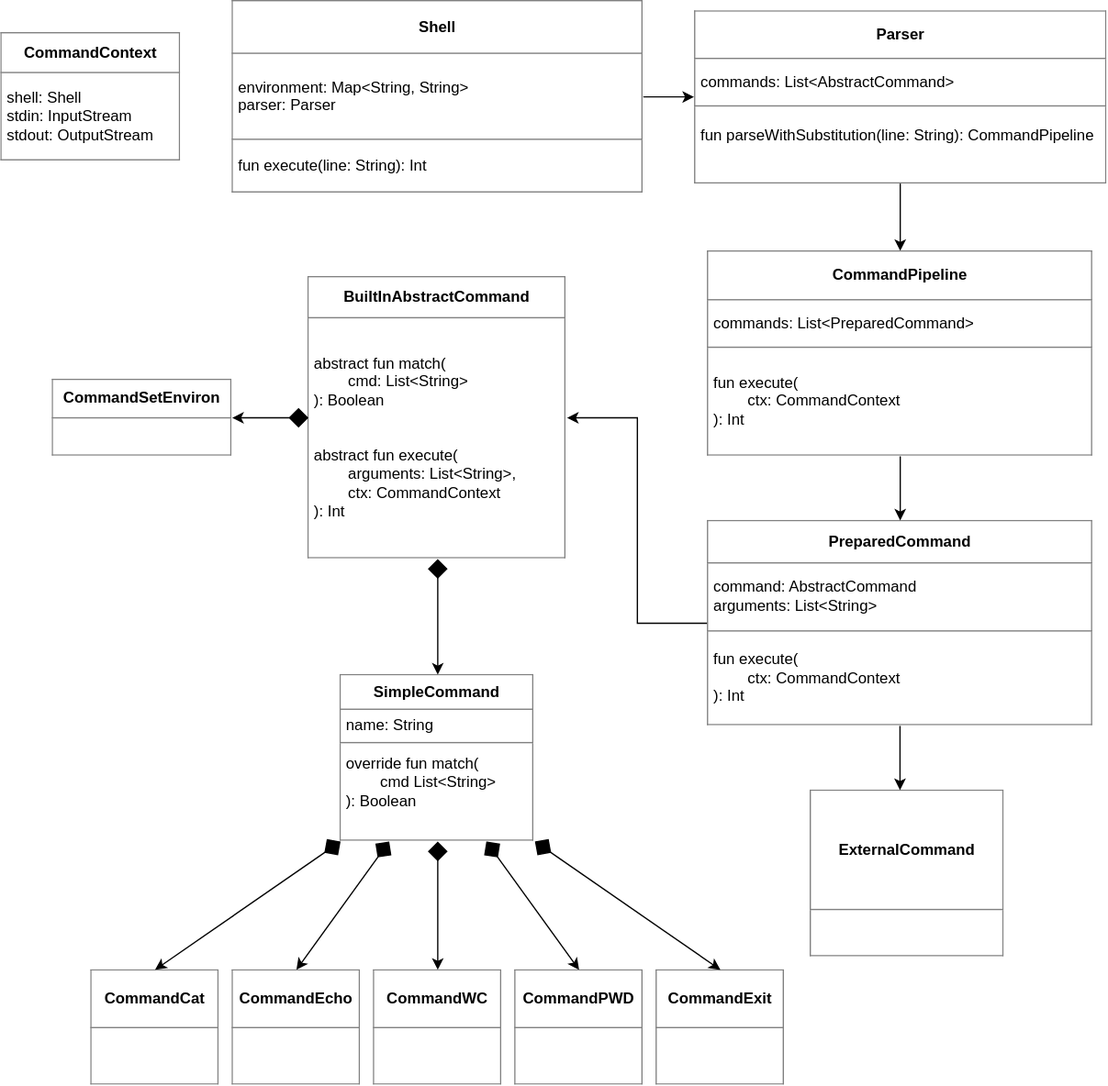
Before: SDShell 2.drawio.svg, a diagram exported from draw.io (gt22/hse-SD). Source tidied: cells renumbered, new cells last; positions are measured from the earlier drawing's top-left corner, leaving out a move shared by most shapes. Its diagram source:
```xml
<mxGraphModel>
  <root>
    <mxCell id="0" />
    <mxCell id="1" parent="0" />
    <mxCell id="2" style="edgeStyle=orthogonalEdgeStyle;rounded=0;jettySize=auto;html=1;entryX=0;entryY=0.5;entryDx=0;entryDy=0;" parent="1" edge="1" source="3" target="6">
      <mxGeometry relative="1" as="geometry" />
    </mxCell>
    <mxCell id="3" value="&lt;table border=&quot;1&quot; width=&quot;100%&quot; cellpadding=&quot;4&quot; style=&quot;width: 100% ; height: 100% ; border-collapse: collapse&quot;&gt;&lt;tbody&gt;&lt;tr&gt;&lt;th align=&quot;center&quot;&gt;Shell&lt;/th&gt;&lt;/tr&gt;&lt;tr&gt;&lt;td&gt;environment: Map&amp;lt;String, String&amp;gt;&lt;br&gt;parser: Parser&lt;/td&gt;&lt;/tr&gt;&lt;tr&gt;&lt;td&gt;fun execute(line: String): Int&lt;br&gt;&lt;/td&gt;&lt;/tr&gt;&lt;/tbody&gt;&lt;/table&gt;" style="text;html=1;strokeColor=none;fillColor=none;overflow=fill;" parent="1" vertex="1">
      <mxGeometry x="180" width="320" height="150" as="geometry" />
    </mxCell>
    <mxCell id="4" value="&lt;table border=&quot;1&quot; width=&quot;100%&quot; cellpadding=&quot;4&quot; style=&quot;width: 100% ; height: 100% ; border-collapse: collapse&quot;&gt;&lt;tbody&gt;&lt;tr&gt;&lt;th align=&quot;center&quot;&gt;BuiltInAbstractCommand&lt;/th&gt;&lt;/tr&gt;&lt;tr&gt;&lt;td&gt;abstract fun match(&lt;br&gt;&lt;span&gt;&#9;&lt;/span&gt;&lt;span style=&quot;white-space: pre&quot;&gt;&#9;&lt;/span&gt;cmd: List&amp;lt;String&amp;gt;&lt;br&gt;): Boolean&lt;br&gt;&amp;nbsp;&lt;br&gt;&lt;br&gt;abstract fun execute(&lt;br&gt;&lt;span&gt;&#9;&lt;/span&gt;&lt;span style=&quot;white-space: pre&quot;&gt;&#9;&lt;/span&gt;arguments: List&amp;lt;String&amp;gt;,&lt;br&gt;&lt;span&gt;&#9;&lt;/span&gt;&lt;span style=&quot;white-space: pre&quot;&gt;&#9;&lt;/span&gt;ctx: CommandContext&lt;br&gt;): Int&lt;br&gt;&lt;/td&gt;&lt;/tr&gt;&lt;/tbody&gt;&lt;/table&gt;" style="text;html=1;strokeColor=none;fillColor=none;overflow=fill;" parent="1" vertex="1">
      <mxGeometry x="239.4" y="215" width="201.2" height="220" as="geometry" />
    </mxCell>
    <mxCell id="5" style="edgeStyle=orthogonalEdgeStyle;rounded=0;jettySize=auto;html=1;" parent="1" edge="1" source="6" target="25">
      <mxGeometry relative="1" as="geometry" />
    </mxCell>
    <mxCell id="6" value="&lt;table border=&quot;1&quot; width=&quot;100%&quot; cellpadding=&quot;4&quot; style=&quot;width: 100% ; height: 100% ; border-collapse: collapse&quot;&gt;&lt;tbody&gt;&lt;tr&gt;&lt;th align=&quot;center&quot;&gt;Parser&lt;/th&gt;&lt;/tr&gt;&lt;tr&gt;&lt;td&gt;&lt;span style=&quot;text-align: -webkit-center&quot;&gt;commands: List&amp;lt;AbstractCommand&amp;gt;&lt;/span&gt;&lt;br&gt;&lt;/td&gt;&lt;/tr&gt;&lt;tr&gt;&lt;td&gt;fun parseWithSubstitution(line: String): CommandPipeline&lt;br&gt;&lt;span&gt;&#9;&lt;/span&gt;&lt;br&gt;&lt;/td&gt;&lt;/tr&gt;&lt;/tbody&gt;&lt;/table&gt;" style="text;html=1;strokeColor=none;fillColor=none;overflow=fill;" parent="1" vertex="1">
      <mxGeometry x="539.5" y="7.5" width="321" height="135" as="geometry" />
    </mxCell>
    <mxCell id="7" value="&lt;table border=&quot;1&quot; width=&quot;100%&quot; cellpadding=&quot;4&quot; style=&quot;width: 100% ; height: 100% ; border-collapse: collapse&quot;&gt;&lt;tbody&gt;&lt;tr&gt;&lt;th align=&quot;center&quot;&gt;CommandCat&lt;/th&gt;&lt;/tr&gt;&lt;tr&gt;&lt;td&gt;&lt;br&gt;&lt;/td&gt;&lt;/tr&gt;&lt;/tbody&gt;&lt;/table&gt;" style="text;html=1;strokeColor=none;fillColor=none;overflow=fill;" parent="1" vertex="1">
      <mxGeometry x="70" y="755" width="100" height="90" as="geometry" />
    </mxCell>
    <mxCell id="8" style="endArrow=classic;html=1;rounded=0;exitX=0;exitY=1;exitDx=0;exitDy=0;entryX=0.5;entryY=0;entryDx=0;entryDy=0;startArrow=diamond;startFill=1;sourcePerimeterSpacing=0;startSize=13;" parent="1" edge="1" source="17" target="7">
      <mxGeometry relative="1" as="geometry" />
    </mxCell>
    <mxCell id="9" value="&lt;table border=&quot;1&quot; width=&quot;100%&quot; cellpadding=&quot;4&quot; style=&quot;width: 100% ; height: 100% ; border-collapse: collapse&quot;&gt;&lt;tbody&gt;&lt;tr&gt;&lt;th align=&quot;center&quot;&gt;CommandEcho&lt;/th&gt;&lt;/tr&gt;&lt;tr&gt;&lt;td&gt;&lt;br&gt;&lt;/td&gt;&lt;/tr&gt;&lt;/tbody&gt;&lt;/table&gt;" style="text;html=1;strokeColor=none;fillColor=none;overflow=fill;" parent="1" vertex="1">
      <mxGeometry x="180" y="755" width="100" height="90" as="geometry" />
    </mxCell>
    <mxCell id="10" style="endArrow=classic;html=1;rounded=0;exitX=0.25;exitY=1;exitDx=0;exitDy=0;entryX=0.5;entryY=0;entryDx=0;entryDy=0;startArrow=diamond;startFill=1;sourcePerimeterSpacing=0;startSize=13;" parent="1" edge="1" source="17" target="9">
      <mxGeometry relative="1" as="geometry" />
    </mxCell>
    <mxCell id="11" value="&lt;table border=&quot;1&quot; width=&quot;100%&quot; cellpadding=&quot;4&quot; style=&quot;width: 100% ; height: 100% ; border-collapse: collapse&quot;&gt;&lt;tbody&gt;&lt;tr&gt;&lt;th align=&quot;center&quot;&gt;CommandWC&lt;/th&gt;&lt;/tr&gt;&lt;tr&gt;&lt;td&gt;&lt;br&gt;&lt;/td&gt;&lt;/tr&gt;&lt;/tbody&gt;&lt;/table&gt;" style="text;html=1;strokeColor=none;fillColor=none;overflow=fill;" parent="1" vertex="1">
      <mxGeometry x="290" y="755" width="100" height="90" as="geometry" />
    </mxCell>
    <mxCell id="12" style="endArrow=classic;html=1;rounded=0;exitX=0.5;exitY=1;exitDx=0;exitDy=0;startArrow=diamond;startFill=1;sourcePerimeterSpacing=0;startSize=13;entryX=0.5;entryY=0;entryDx=0;entryDy=0;" parent="1" edge="1" source="17" target="11">
      <mxGeometry relative="1" as="geometry" />
    </mxCell>
    <mxCell id="13" value="&lt;table border=&quot;1&quot; width=&quot;100%&quot; cellpadding=&quot;4&quot; style=&quot;width: 100% ; height: 100% ; border-collapse: collapse&quot;&gt;&lt;tbody&gt;&lt;tr&gt;&lt;th align=&quot;center&quot;&gt;CommandPWD&lt;/th&gt;&lt;/tr&gt;&lt;tr&gt;&lt;td&gt;&lt;br&gt;&lt;/td&gt;&lt;/tr&gt;&lt;/tbody&gt;&lt;/table&gt;" style="text;html=1;strokeColor=none;fillColor=none;overflow=fill;" parent="1" vertex="1">
      <mxGeometry x="400" y="755" width="100" height="90" as="geometry" />
    </mxCell>
    <mxCell id="14" style="endArrow=classic;html=1;rounded=0;exitX=0.75;exitY=1;exitDx=0;exitDy=0;entryX=0.5;entryY=0;entryDx=0;entryDy=0;startArrow=diamond;startFill=1;sourcePerimeterSpacing=0;startSize=13;" parent="1" edge="1" source="17" target="13">
      <mxGeometry relative="1" as="geometry" />
    </mxCell>
    <mxCell id="15" value="&lt;table border=&quot;1&quot; width=&quot;100%&quot; cellpadding=&quot;4&quot; style=&quot;width: 100% ; height: 100% ; border-collapse: collapse&quot;&gt;&lt;tbody&gt;&lt;tr&gt;&lt;th align=&quot;center&quot;&gt;CommandExit&lt;/th&gt;&lt;/tr&gt;&lt;tr&gt;&lt;td&gt;&lt;br&gt;&lt;/td&gt;&lt;/tr&gt;&lt;/tbody&gt;&lt;/table&gt;" style="text;html=1;strokeColor=none;fillColor=none;overflow=fill;" parent="1" vertex="1">
      <mxGeometry x="510" y="755" width="100" height="90" as="geometry" />
    </mxCell>
    <mxCell id="16" style="endArrow=classic;html=1;rounded=0;exitX=1;exitY=1;exitDx=0;exitDy=0;entryX=0.5;entryY=0;entryDx=0;entryDy=0;startArrow=diamond;startFill=1;sourcePerimeterSpacing=0;startSize=13;" parent="1" edge="1" source="17" target="15">
      <mxGeometry relative="1" as="geometry" />
    </mxCell>
    <mxCell id="17" value="&lt;table border=&quot;1&quot; width=&quot;100%&quot; cellpadding=&quot;4&quot; style=&quot;width: 100% ; height: 100% ; border-collapse: collapse&quot;&gt;&lt;tbody&gt;&lt;tr&gt;&lt;th align=&quot;center&quot;&gt;SimpleCommand&lt;/th&gt;&lt;/tr&gt;&lt;tr&gt;&lt;td&gt;name: String&lt;br&gt;&lt;/td&gt;&lt;/tr&gt;&lt;tr&gt;&lt;td&gt;override fun match(&lt;br&gt;&lt;span&gt;&#9;&lt;/span&gt;&lt;span style=&quot;white-space: pre&quot;&gt;&#9;&lt;/span&gt;cmd List&amp;lt;String&amp;gt;&lt;br&gt;): Boolean&lt;br&gt;&lt;br&gt;&lt;/td&gt;&lt;/tr&gt;&lt;/tbody&gt;&lt;/table&gt;" style="text;html=1;strokeColor=none;fillColor=none;overflow=fill;strokeWidth=1;" parent="1" vertex="1">
      <mxGeometry x="264.4" y="525" width="151.2" height="130" as="geometry" />
    </mxCell>
    <mxCell id="18" style="endArrow=classic;html=1;rounded=0;exitX=0.5;exitY=1;exitDx=0;exitDy=0;startArrow=diamond;startFill=1;sourcePerimeterSpacing=0;startSize=13;entryX=0.5;entryY=0;entryDx=0;entryDy=0;" parent="1" edge="1" source="4" target="17">
      <mxGeometry relative="1" as="geometry" />
    </mxCell>
    <mxCell id="19" value="&lt;table border=&quot;1&quot; width=&quot;100%&quot; cellpadding=&quot;4&quot; style=&quot;width: 100% ; height: 100% ; border-collapse: collapse&quot;&gt;&lt;tbody&gt;&lt;tr&gt;&lt;th align=&quot;center&quot;&gt;CommandSetEnviron&lt;/th&gt;&lt;/tr&gt;&lt;tr&gt;&lt;td&gt;&lt;br&gt;&lt;/td&gt;&lt;/tr&gt;&lt;/tbody&gt;&lt;/table&gt;" style="text;html=1;strokeColor=none;fillColor=none;overflow=fill;" parent="1" vertex="1">
      <mxGeometry x="40.1" y="295" width="140" height="60" as="geometry" />
    </mxCell>
    <mxCell id="20" style="endArrow=classic;html=1;rounded=0;exitX=0;exitY=0.5;exitDx=0;exitDy=0;startArrow=diamond;startFill=1;sourcePerimeterSpacing=0;startSize=13;entryX=1;entryY=0.5;entryDx=0;entryDy=0;" parent="1" edge="1" source="4" target="19">
      <mxGeometry relative="1" as="geometry" />
    </mxCell>
    <mxCell id="21" style="edgeStyle=orthogonalEdgeStyle;rounded=0;jettySize=auto;html=1;entryX=1;entryY=0.5;entryDx=0;entryDy=0;exitX=0;exitY=0.5;exitDx=0;exitDy=0;" parent="1" edge="1" source="22" target="4">
      <mxGeometry relative="1" as="geometry" />
    </mxCell>
    <mxCell id="22" value="&lt;table border=&quot;1&quot; width=&quot;100%&quot; cellpadding=&quot;4&quot; style=&quot;width: 100% ; height: 100% ; border-collapse: collapse&quot;&gt;&lt;tbody&gt;&lt;tr&gt;&lt;th align=&quot;center&quot;&gt;PreparedCommand&lt;/th&gt;&lt;/tr&gt;&lt;tr&gt;&lt;td&gt;&lt;span style=&quot;text-align: -webkit-center&quot;&gt;command: AbstractCommand&lt;br&gt;&lt;/span&gt;arguments: List&amp;lt;String&amp;gt;&lt;/td&gt;&lt;/tr&gt;&lt;tr&gt;&lt;td&gt;fun execute(&lt;br&gt;&lt;span style=&quot;white-space: pre&quot;&gt;&lt;span style=&quot;white-space: pre&quot;&gt;&#9;&lt;/span&gt;ctx: CommandContext&#9;&lt;/span&gt;&lt;br&gt;): Int&lt;br&gt;&lt;/td&gt;&lt;/tr&gt;&lt;/tbody&gt;&lt;/table&gt;" style="text;html=1;strokeColor=none;fillColor=none;overflow=fill;" parent="1" vertex="1">
      <mxGeometry x="550" y="405" width="300" height="160" as="geometry" />
    </mxCell>
    <mxCell id="23" value="&lt;table border=&quot;1&quot; width=&quot;100%&quot; cellpadding=&quot;4&quot; style=&quot;width: 100% ; height: 100% ; border-collapse: collapse&quot;&gt;&lt;tbody&gt;&lt;tr&gt;&lt;th align=&quot;center&quot;&gt;CommandContext&lt;/th&gt;&lt;/tr&gt;&lt;tr&gt;&lt;td&gt;shell: Shell&lt;br&gt;stdin: InputStream&lt;br&gt;stdout: OutputStream&lt;/td&gt;&lt;/tr&gt;&lt;/tbody&gt;&lt;/table&gt;" style="text;html=1;strokeColor=none;fillColor=none;overflow=fill;" parent="1" vertex="1">
      <mxGeometry y="25" width="140" height="100" as="geometry" />
    </mxCell>
    <mxCell id="24" style="edgeStyle=orthogonalEdgeStyle;rounded=0;jettySize=auto;html=1;entryX=0.5;entryY=0;entryDx=0;entryDy=0;" parent="1" edge="1" source="25" target="22">
      <mxGeometry relative="1" as="geometry" />
    </mxCell>
    <mxCell id="25" value="&lt;table border=&quot;1&quot; width=&quot;100%&quot; cellpadding=&quot;4&quot; style=&quot;width: 100% ; height: 100% ; border-collapse: collapse&quot;&gt;&lt;tbody&gt;&lt;tr&gt;&lt;th align=&quot;center&quot;&gt;CommandPipeline&lt;/th&gt;&lt;/tr&gt;&lt;tr&gt;&lt;td&gt;commands: List&amp;lt;PreparedCommand&amp;gt;&lt;/td&gt;&lt;/tr&gt;&lt;tr&gt;&lt;td&gt;fun execute(&lt;br&gt;&lt;span style=&quot;white-space: pre&quot;&gt;&lt;span style=&quot;white-space: pre&quot;&gt;&#9;&lt;/span&gt;ctx: CommandContext&#9;&lt;/span&gt;&lt;br&gt;): Int&lt;br&gt;&lt;/td&gt;&lt;/tr&gt;&lt;/tbody&gt;&lt;/table&gt;" style="text;html=1;strokeColor=none;fillColor=none;overflow=fill;" parent="1" vertex="1">
      <mxGeometry x="550" y="195" width="300" height="160" as="geometry" />
    </mxCell>
    <mxCell id="26" value="&lt;table border=&quot;1&quot; width=&quot;100%&quot; cellpadding=&quot;4&quot; style=&quot;width: 100% ; height: 100% ; border-collapse: collapse&quot;&gt;&lt;tbody&gt;&lt;tr&gt;&lt;th align=&quot;center&quot;&gt;ExternalCommand&lt;/th&gt;&lt;/tr&gt;&lt;tr&gt;&lt;td&gt;&lt;/td&gt;&lt;/tr&gt;&lt;/tbody&gt;&lt;/table&gt;" style="text;html=1;strokeColor=none;fillColor=none;overflow=fill;strokeWidth=1;" parent="1" vertex="1">
      <mxGeometry x="630" y="615" width="151.2" height="130" as="geometry" />
    </mxCell>
    <mxCell id="27" style="edgeStyle=orthogonalEdgeStyle;rounded=0;orthogonalLoop=1;jettySize=auto;html=1;entryX=0.5;entryY=0;entryDx=0;entryDy=0;" parent="1" edge="1">
      <mxGeometry relative="1" as="geometry">
        <mxPoint x="699.8" y="565" as="sourcePoint" />
        <mxPoint x="699.8" y="615" as="targetPoint" />
      </mxGeometry>
    </mxCell>
  </root>
</mxGraphModel>
```
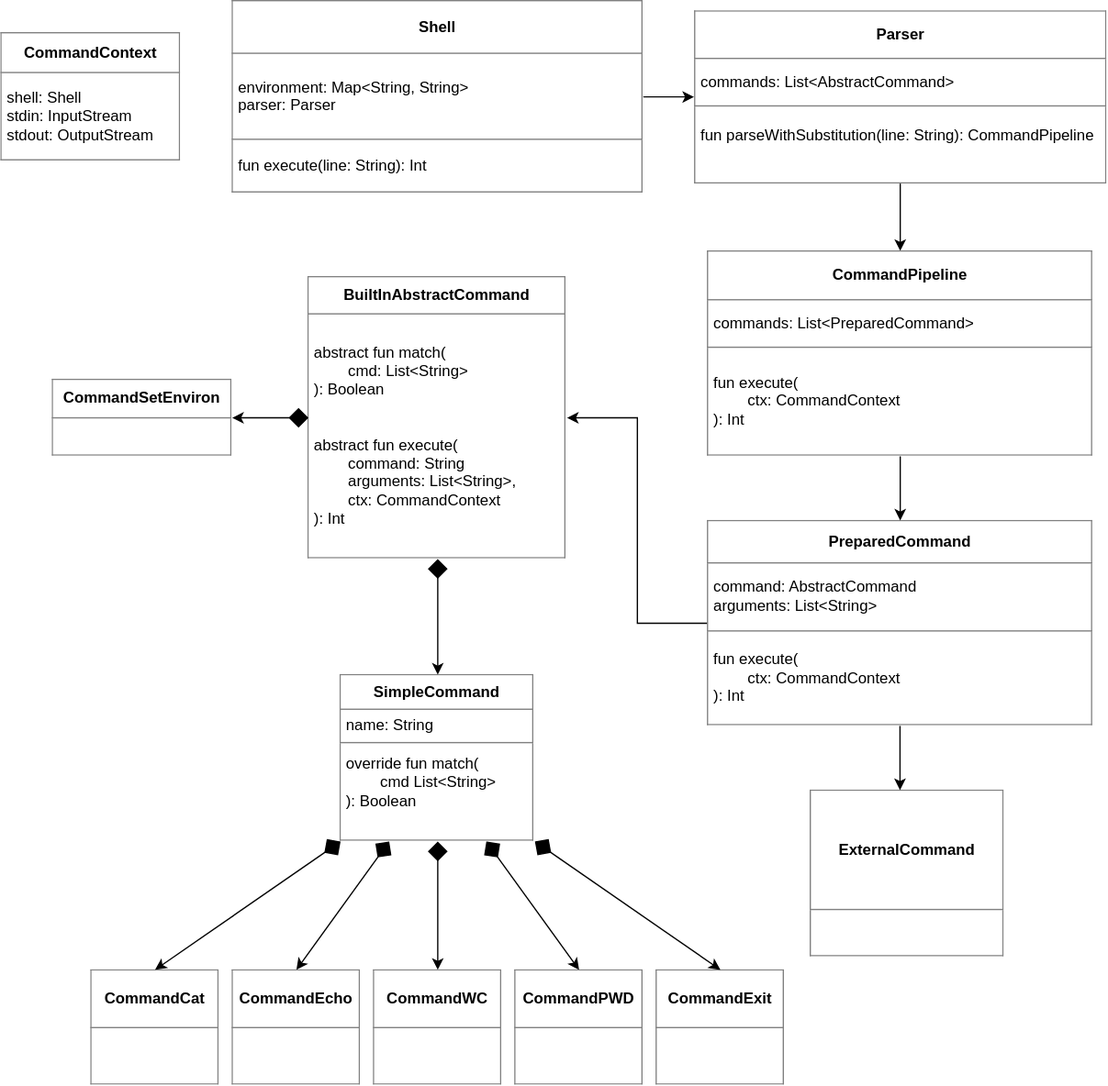
After the commit.

What changed in the source:
```diff
@@ -8,7 +8,7 @@
     <mxCell id="3" value="&lt;table border=&quot;1&quot; width=&quot;100%&quot; cellpadding=&quot;4&quot; style=&quot;width: 100% ; height: 100% ; border-collapse: collapse&quot;&gt;&lt;tbody&gt;&lt;tr&gt;&lt;th align=&quot;center&quot;&gt;Shell&lt;/th&gt;&lt;/tr&gt;&lt;tr&gt;&lt;td&gt;environment: Map&amp;lt;String, String&amp;gt;&lt;br&gt;parser: Parser&lt;/td&gt;&lt;/tr&gt;&lt;tr&gt;&lt;td&gt;fun execute(line: String): Int&lt;br&gt;&lt;/td&gt;&lt;/tr&gt;&lt;/tbody&gt;&lt;/table&gt;" style="text;html=1;strokeColor=none;fillColor=none;overflow=fill;" parent="1" vertex="1">
       <mxGeometry x="180" width="320" height="150" as="geometry" />
     </mxCell>
-    <mxCell id="4" value="&lt;table border=&quot;1&quot; width=&quot;100%&quot; cellpadding=&quot;4&quot; style=&quot;width: 100% ; height: 100% ; border-collapse: collapse&quot;&gt;&lt;tbody&gt;&lt;tr&gt;&lt;th align=&quot;center&quot;&gt;BuiltInAbstractCommand&lt;/th&gt;&lt;/tr&gt;&lt;tr&gt;&lt;td&gt;abstract fun match(&lt;br&gt;&lt;span&gt;&#9;&lt;/span&gt;&lt;span style=&quot;white-space: pre&quot;&gt;&#9;&lt;/span&gt;cmd: List&amp;lt;String&amp;gt;&lt;br&gt;): Boolean&lt;br&gt;&amp;nbsp;&lt;br&gt;&lt;br&gt;abstract fun execute(&lt;br&gt;&lt;span&gt;&#9;&lt;/span&gt;&lt;span style=&quot;white-space: pre&quot;&gt;&#9;&lt;/span&gt;arguments: List&amp;lt;String&amp;gt;,&lt;br&gt;&lt;span&gt;&#9;&lt;/span&gt;&lt;span style=&quot;white-space: pre&quot;&gt;&#9;&lt;/span&gt;ctx: CommandContext&lt;br&gt;): Int&lt;br&gt;&lt;/td&gt;&lt;/tr&gt;&lt;/tbody&gt;&lt;/table&gt;" style="text;html=1;strokeColor=none;fillColor=none;overflow=fill;" parent="1" vertex="1">
+    <mxCell id="4" value="&lt;table border=&quot;1&quot; width=&quot;100%&quot; cellpadding=&quot;4&quot; style=&quot;width: 100% ; height: 100% ; border-collapse: collapse&quot;&gt;&lt;tbody&gt;&lt;tr&gt;&lt;th align=&quot;center&quot;&gt;BuiltInAbstractCommand&lt;/th&gt;&lt;/tr&gt;&lt;tr&gt;&lt;td&gt;abstract fun match(&lt;br&gt;&lt;span&gt;&#9;&lt;/span&gt;&lt;span style=&quot;white-space: pre&quot;&gt;&#9;&lt;/span&gt;cmd: List&amp;lt;String&amp;gt;&lt;br&gt;): Boolean&lt;br&gt;&amp;nbsp;&lt;br&gt;&lt;br&gt;abstract fun execute(&lt;br&gt;&lt;span style=&quot;white-space: pre&quot;&gt;&#9;&lt;/span&gt;command: String&lt;br&gt;&lt;span&gt;&#9;&lt;/span&gt;&lt;span style=&quot;white-space: pre&quot;&gt;&#9;&lt;/span&gt;arguments: List&amp;lt;String&amp;gt;,&lt;br&gt;&lt;span&gt;&#9;&lt;/span&gt;&lt;span style=&quot;white-space: pre&quot;&gt;&#9;&lt;/span&gt;ctx: CommandContext&lt;br&gt;): Int&lt;br&gt;&lt;/td&gt;&lt;/tr&gt;&lt;/tbody&gt;&lt;/table&gt;" style="text;html=1;strokeColor=none;fillColor=none;overflow=fill;" parent="1" vertex="1">
       <mxGeometry x="239.4" y="215" width="201.2" height="220" as="geometry" />
     </mxCell>
     <mxCell id="5" style="edgeStyle=orthogonalEdgeStyle;rounded=0;jettySize=auto;html=1;" parent="1" edge="1" source="6" target="25">
```
